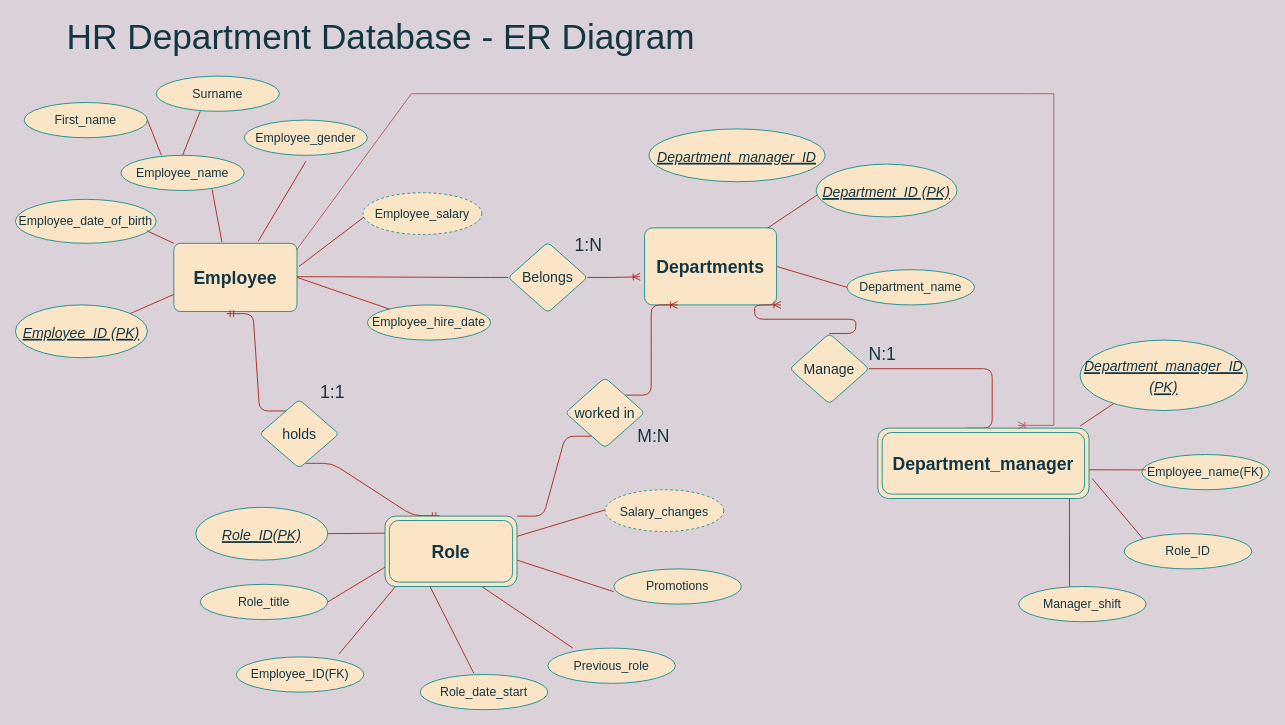
Above: RH Database Diagram.drawio in PriFlores/HR-Database (draw.io), before the change. Source tidied: cells renumbered, new cells numbered last; positions are measured from the earlier drawing's top-left corner, leaving out a move shared by most shapes. Both pictures are drawn from the tidied source at 88%, with x=0, y=0 at pixel (15, 23).
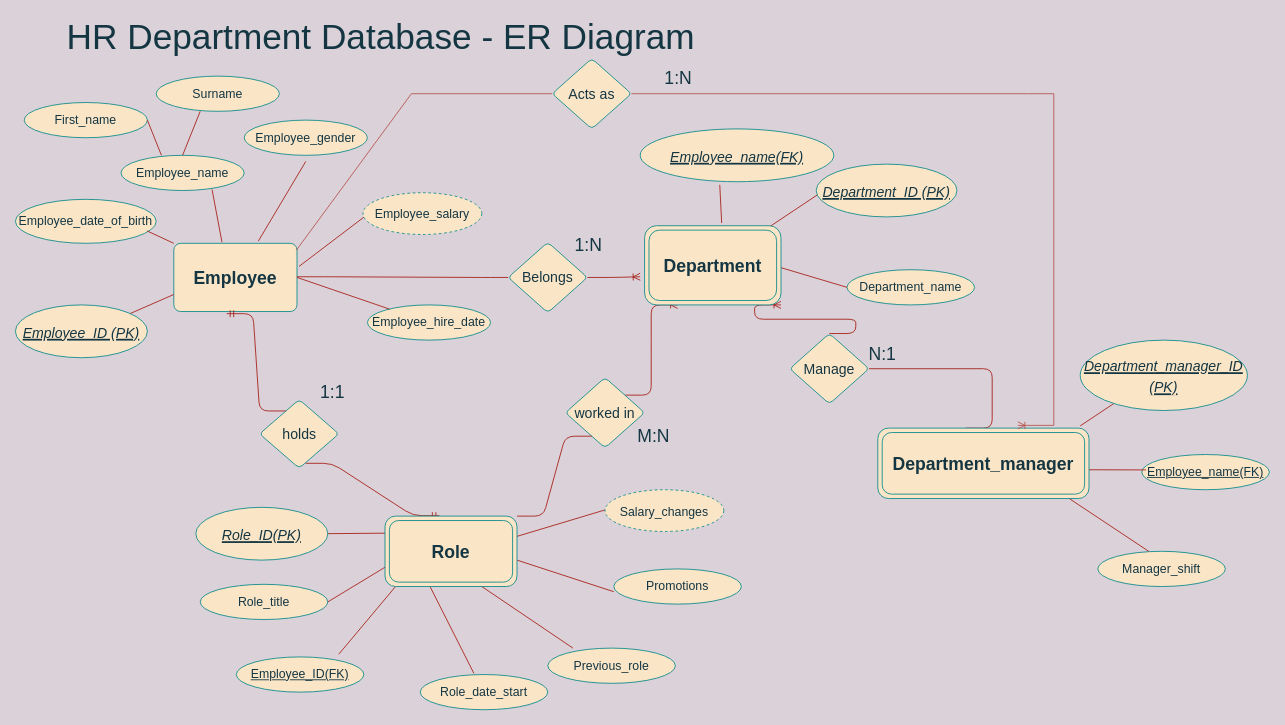
Above is the later version.

Unchanged cells that the change refers to:
```xml
<mxCell id="16" value="&lt;font style=&quot;font-size: 14px&quot;&gt;Department_name&lt;/font&gt;" style="ellipse;whiteSpace=wrap;html=1;align=center;fillColor=#FAE5C7;strokeColor=#0F8B8D;fontColor=#143642;rounded=1;" parent="1" vertex="1">
  <mxGeometry x="945" y="280" width="145" height="40" as="geometry" />
</mxCell>
<mxCell id="43" value="&lt;font style=&quot;font-size: 16px&quot;&gt;worked in&lt;/font&gt;" style="rhombus;whiteSpace=wrap;html=1;arcSize=10;fillColor=#FAE5C7;strokeColor=#0F8B8D;fontColor=#143642;rounded=1;" parent="1" vertex="1">
  <mxGeometry x="625" y="402.5" width="90" height="80" as="geometry" />
</mxCell>
```

The edit, as a diff of the source:
```diff
@@
-    <mxCell id="10" value="&lt;font style=&quot;font-size: 14px&quot;&gt;Employee_name(FK)&lt;/font&gt;" style="ellipse;whiteSpace=wrap;html=1;align=center;fillColor=#FAE5C7;strokeColor=#0F8B8D;fontColor=#143642;rounded=1;" parent="1" vertex="1">
+    <mxCell id="10" value="&lt;font style=&quot;font-size: 14px&quot;&gt;Employee_name(FK)&lt;/font&gt;" style="ellipse;whiteSpace=wrap;html=1;align=center;fillColor=#FAE5C7;strokeColor=#0F8B8D;fontColor=#143642;rounded=1;fontStyle=4;" parent="1" vertex="1">
       <mxGeometry x="1280" y="490" width="145" height="40" as="geometry" />
     </mxCell>
@@
     <mxCell id="14" value="&lt;font style=&quot;font-size: 14px&quot;&gt;Manager_shift&lt;/font&gt;" style="ellipse;whiteSpace=wrap;html=1;align=center;fillColor=#FAE5C7;strokeColor=#0F8B8D;fontColor=#143642;rounded=1;" parent="1" vertex="1">
-      <mxGeometry x="1140" y="640" width="145" height="40" as="geometry" />
+      <mxGeometry x="1230" y="600" width="145" height="40" as="geometry" />
     </mxCell>
-    <mxCell id="15" value="&lt;b&gt;&lt;font style=&quot;font-size: 20px&quot;&gt;Departments&lt;/font&gt;&lt;/b&gt;" style="arcSize=10;whiteSpace=wrap;html=1;align=center;fillColor=#FAE5C7;strokeColor=#0F8B8D;fontColor=#143642;rounded=1;" parent="1" vertex="1">
-      <mxGeometry x="715" y="232.5" width="150" height="87.5" as="geometry" />
-    </mxCell>
@@
-    <mxCell id="23" style="endArrow=none;html=1;entryX=0;entryY=0.5;entryDx=0;entryDy=0;exitX=1;exitY=0.5;exitDx=0;exitDy=0;strokeColor=#A8201A;fontColor=#143642;labelBackgroundColor=#DAD2D8;" parent="1" edge="1" source="15" target="16">
-      <mxGeometry relative="1" as="geometry" />
+    <mxCell id="23" style="endArrow=none;html=1;entryX=0;entryY=0.5;entryDx=0;entryDy=0;exitX=1;exitY=0.5;exitDx=0;exitDy=0;strokeColor=#A8201A;fontColor=#143642;labelBackgroundColor=#DAD2D8;" parent="1" edge="1" target="16">
+      <mxGeometry relative="1" as="geometry">
+        <mxPoint x="865" y="276.2" as="sourcePoint" />
+      </mxGeometry>
     </mxCell>
@@
-    <mxCell id="42" style="edgeStyle=entityRelationEdgeStyle;fontSize=12;html=1;endArrow=ERoneToMany;exitX=1;exitY=0;exitDx=0;exitDy=0;entryX=0.25;entryY=1;entryDx=0;entryDy=0;startArrow=none;strokeColor=#A8201A;fontColor=#143642;labelBackgroundColor=#DAD2D8;" parent="1" edge="1" source="43" target="15">
-      <mxGeometry relative="1" as="geometry" />
+    <mxCell id="42" style="edgeStyle=entityRelationEdgeStyle;fontSize=12;html=1;endArrow=ERoneToMany;exitX=1;exitY=0;exitDx=0;exitDy=0;entryX=0.25;entryY=1;entryDx=0;entryDy=0;startArrow=none;strokeColor=#A8201A;fontColor=#143642;labelBackgroundColor=#DAD2D8;" parent="1" edge="1" source="43">
+      <mxGeometry relative="1" as="geometry">
+        <mxPoint x="752.5" y="320" as="targetPoint" />
+      </mxGeometry>
     </mxCell>
@@
-    <mxCell id="50" value="&lt;font style=&quot;font-size: 14px&quot;&gt;Employee_ID(FK)&lt;/font&gt;" style="ellipse;whiteSpace=wrap;html=1;align=center;fillColor=#FAE5C7;strokeColor=#0F8B8D;fontColor=#143642;rounded=1;" parent="1" vertex="1">
+    <mxCell id="50" value="&lt;font style=&quot;font-size: 14px&quot;&gt;Employee_ID(FK)&lt;/font&gt;" style="ellipse;whiteSpace=wrap;html=1;align=center;fillColor=#FAE5C7;strokeColor=#0F8B8D;fontColor=#143642;rounded=1;fontStyle=4;" parent="1" vertex="1">
       <mxGeometry x="251" y="720" width="145" height="40" as="geometry" />
     </mxCell>
@@
-    <mxCell id="64" value="&lt;font style=&quot;font-size: 14px&quot;&gt;Role_ID&lt;/font&gt;" style="ellipse;whiteSpace=wrap;html=1;align=center;fillColor=#FAE5C7;strokeColor=#0F8B8D;fontColor=#143642;rounded=1;" parent="1" vertex="1">
-      <mxGeometry x="1260" y="580" width="145" height="40" as="geometry" />
-    </mxCell>
-    <mxCell id="65" style="endArrow=none;html=1;exitX=1.017;exitY=0.623;exitDx=0;exitDy=0;exitPerimeter=0;strokeColor=#A8201A;fontColor=#143642;labelBackgroundColor=#DAD2D8;entryX=0;entryY=0;entryDx=0;entryDy=0;" parent="1" edge="1" target="64">
-      <mxGeometry relative="1" as="geometry">
-        <mxPoint x="1223.6" y="517.3" as="sourcePoint" />
-      </mxGeometry>
-    </mxCell>
-    <mxCell id="66" value="&lt;i&gt;&lt;font style=&quot;font-size: 16px&quot;&gt;Department_manager_ID&lt;/font&gt;&lt;/i&gt;" style="ellipse;whiteSpace=wrap;html=1;align=center;fontStyle=4;fontSize=20;fillColor=#FAE5C7;strokeColor=#0F8B8D;fontColor=#143642;rounded=1;" parent="1" vertex="1">
-      <mxGeometry x="720" y="120" width="200" height="60" as="geometry" />
+    <mxCell id="66" value="&lt;i&gt;&lt;font style=&quot;font-size: 16px&quot;&gt;Employee_name(FK)&lt;/font&gt;&lt;/i&gt;" style="ellipse;whiteSpace=wrap;html=1;align=center;fontStyle=4;fontSize=20;fillColor=#FAE5C7;strokeColor=#0F8B8D;fontColor=#143642;rounded=1;" parent="1" vertex="1">
+      <mxGeometry x="710" y="120" width="220" height="60" as="geometry" />
     </mxCell>
@@
-    <mxCell id="68" style="endArrow=none;html=1;rounded=0;fillColor=#f8cecc;strokeColor=#b85450;" parent="1" edge="1">
+    <mxCell id="68" style="endArrow=none;html=1;rounded=0;fillColor=#f8cecc;strokeColor=#b85450;startArrow=none;" parent="1" edge="1" source="71">
       <mxGeometry relative="1" as="geometry">
-        <mxPoint x="450" y="80" as="sourcePoint" />
         <mxPoint x="1150" y="80" as="targetPoint" />
       </mxGeometry>
     </mxCell>
@@
+    <mxCell id="70" value="1:N" style="edgeLabel;html=1;align=center;verticalAlign=middle;fontSize=20;fontColor=#143642;rounded=1;labelBackgroundColor=#DAD2D8;" parent="1" vertex="1">
+      <mxGeometry x="752.5" y="60" as="geometry" />
+    </mxCell>
+    <mxCell id="71" value="&lt;font style=&quot;font-size: 16px&quot;&gt;Acts as&lt;/font&gt;" style="rhombus;whiteSpace=wrap;html=1;arcSize=10;fillColor=#FAE5C7;strokeColor=#0F8B8D;fontColor=#143642;rounded=1;" parent="1" vertex="1">
+      <mxGeometry x="610" y="40" width="90" height="80" as="geometry" />
+    </mxCell>
+    <mxCell id="72" style="endArrow=none;html=1;rounded=0;fillColor=#f8cecc;strokeColor=#b85450;" parent="1" edge="1" target="71">
+      <mxGeometry relative="1" as="geometry">
+        <mxPoint x="450" y="80" as="sourcePoint" />
+      </mxGeometry>
+    </mxCell>
+    <mxCell id="73" value="&lt;span style=&quot;font-size: 20px&quot;&gt;&lt;b&gt;Department&lt;/b&gt;&lt;/span&gt;" style="shape=ext;margin=3;double=1;whiteSpace=wrap;html=1;align=center;rounded=1;fontSize=14;fontColor=#143642;strokeColor=#0F8B8D;fillColor=#FAE5C7;" parent="1" vertex="1">
+      <mxGeometry x="715" y="230" width="155" height="90" as="geometry" />
+    </mxCell>
+    <mxCell id="74" style="endArrow=none;html=1;entryX=0.411;entryY=1.059;entryDx=0;entryDy=0;strokeColor=#A8201A;fontColor=#143642;labelBackgroundColor=#DAD2D8;exitX=0.565;exitY=-0.034;exitDx=0;exitDy=0;exitPerimeter=0;entryPerimeter=0;" parent="1" edge="1" source="73" target="66">
+      <mxGeometry relative="1" as="geometry" />
+    </mxCell>
```
